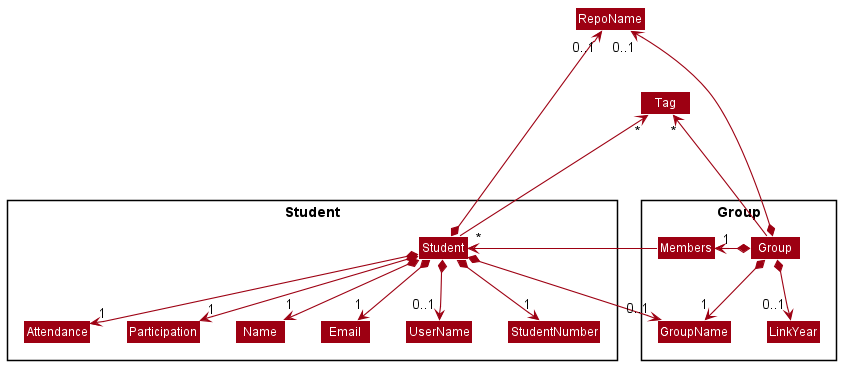
Above: docs/images/StudentGroupClassDiagram.png in nus-cs2103-AY2122S1/tp (PlantUML), before the change. Its diagram source:
```plantuml
@startuml
!include style.puml
skinparam arrowThickness 1.1
skinparam arrowColor MODEL_COLOR
skinparam classBackgroundColor MODEL_COLOR

Package Student <<Rectangle>>{
Class Student
Class Attendance
Class Participation
Class Name
Class Email
Class UserName
Class StudentNumber
}

Package Group <<Rectangle>>{
Class Group
Class GroupName
Class LinkYear
Class Members
}


Student *-down-> "1" Name
Student *-down-> "1" Attendance
Student *-down-> "1" Participation
Student *-down-> "1" Email
Student *-down-> "1" StudentNumber
Student *-down-> "0..1" UserName
Student *-up---> "0..1" RepoName
Student -up--> "*" Tag
Student *-right--> "0..1" GroupName

Group *-down-> "1" GroupName
Group *-left-> "1" Members
Group *-down-> "0..1" LinkYear
Group *-up--> "0..1" RepoName
Group -up--> "*" Tag

Members -left--> "*" Student
@enduml
```
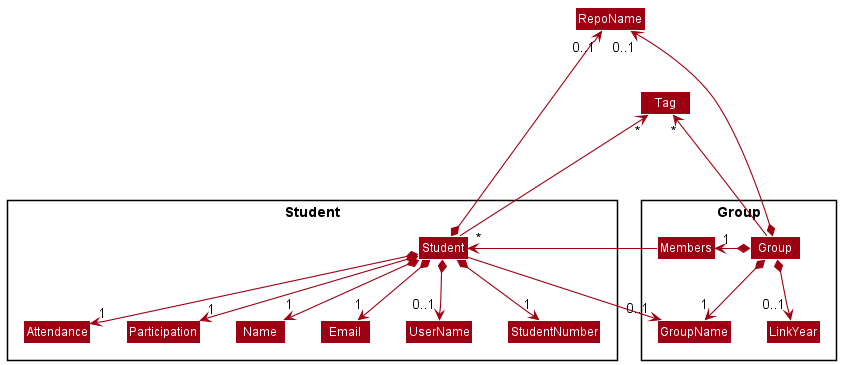
After the change.

The edit, as a diff of the source:
```diff
@@ -30,7 +30,7 @@
 Student *-down-> "0..1" UserName
 Student *-up---> "0..1" RepoName
 Student -up--> "*" Tag
-Student *-right--> "0..1" GroupName
+Student -right--> "0..1" GroupName
 
 Group *-down-> "1" GroupName
 Group *-left-> "1" Members
```
